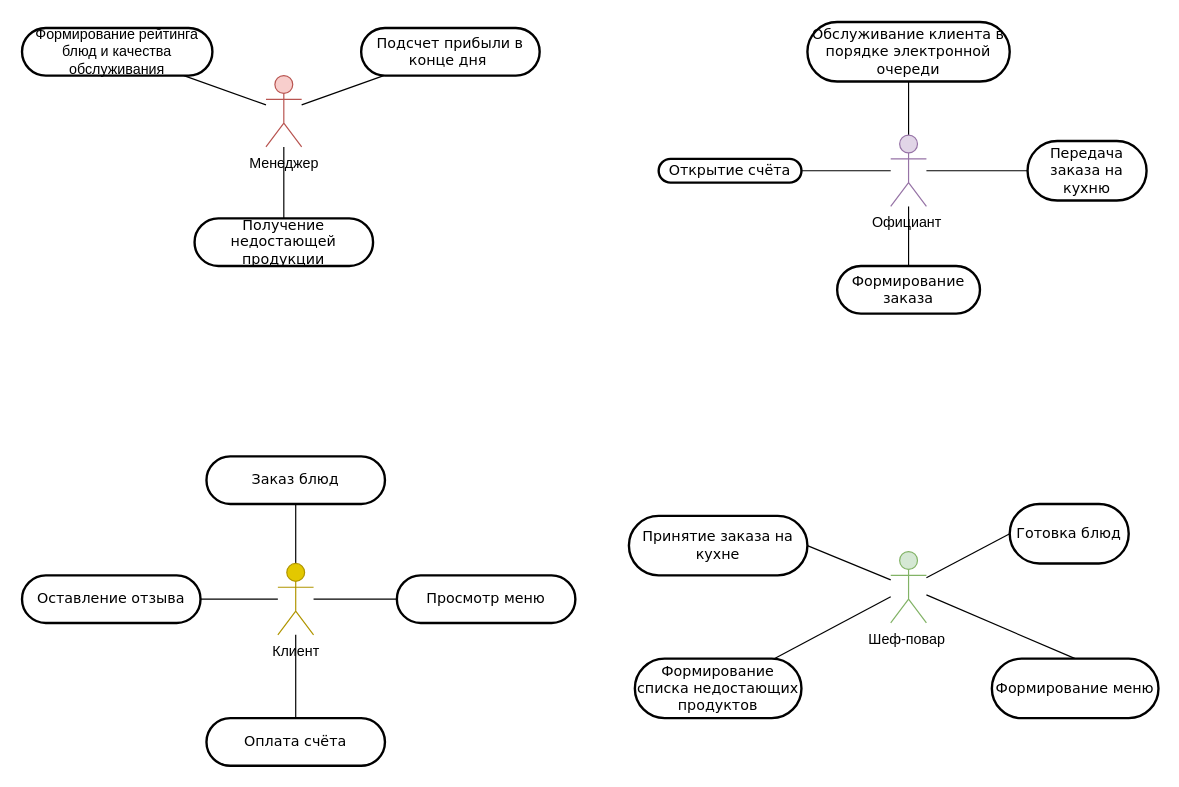
Earlier version of the draw.io diagram Use Case Diagram.drawio (maria-kuchina262002/mypracticework). Source tidied: cells renumbered, new cells numbered last; positions are measured from the earlier drawing's top-left corner, leaving out a move shared by most shapes. Both pictures are drawn from the tidied source at 119%, with x=0, y=0 at pixel (21, 21).
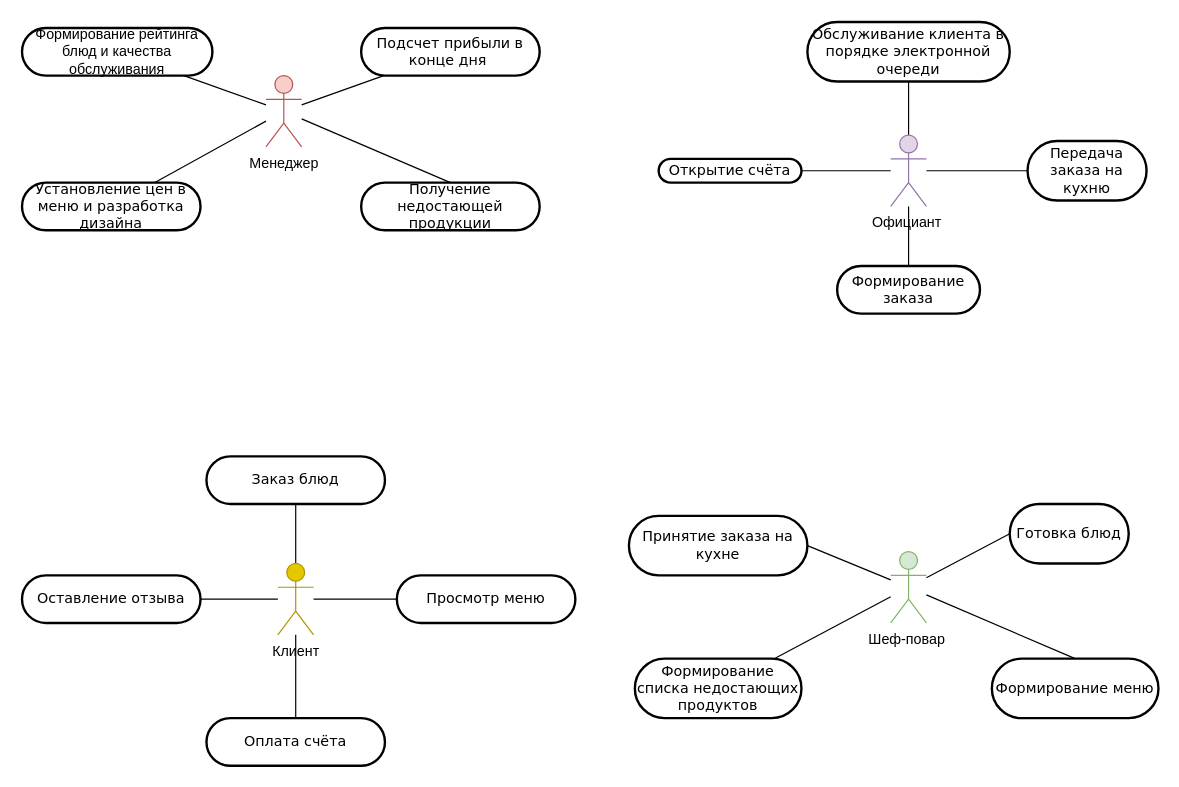
The same page after the edit.

Unchanged cells that the change refers to:
```xml
<mxCell id="11" value="Менеджер" style="shape=umlActor;verticalLabelPosition=bottom;verticalAlign=top;html=1;outlineConnect=0;fillColor=#f8cecc;strokeColor=#b85450;" parent="1" vertex="1">
  <mxGeometry x="205" y="45" width="30" height="60" as="geometry" />
</mxCell>
```

Change to the diagram source:
```diff
@@
+    <mxCell id="36" style="rounded=0;jettySize=auto;html=1;endArrow=none;endFill=0;" parent="1" edge="1" source="11" target="37">
+      <mxGeometry relative="1" as="geometry" />
+    </mxCell>
@@
     <mxCell id="26" value="Получение недостающей продукции" style="whiteSpace=wrap;html=1;rounded=1;shadow=0;comic=0;labelBackgroundColor=none;strokeWidth=2;fontFamily=Verdana;fontSize=12;align=center;arcSize=50;" parent="1" vertex="1">
-      <mxGeometry x="145" y="165" width="150" height="40" as="geometry" />
+      <mxGeometry x="285" y="135" width="150" height="40" as="geometry" />
     </mxCell>
@@
+    <mxCell id="37" value="Установление цен в меню и разработка дизайна" style="whiteSpace=wrap;html=1;rounded=1;shadow=0;comic=0;labelBackgroundColor=none;strokeWidth=2;fontFamily=Verdana;fontSize=12;align=center;arcSize=50;" parent="1" vertex="1">
+      <mxGeometry y="135" width="150" height="40" as="geometry" />
+    </mxCell>
```
